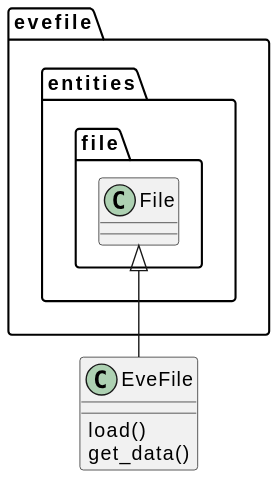
tillbiskup/evefile keeps this PlantUML diagram as docs/uml/evefile.boundaries.evefile.svg. Above is the earlier version. Its diagram source:
```plantuml
@startuml

class EveFile extends evefile.entities.file.File {
    load()
    get_data()
}
@enduml
```
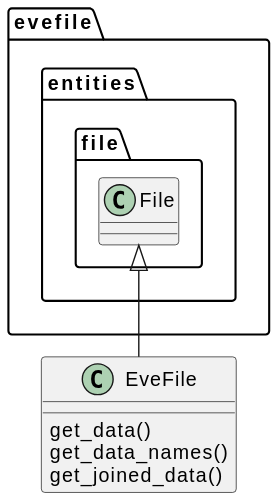
Above is the later version.

Commit message:
Incorporate loading in EveFile into the constructor.

Diff of the diagram source:
```diff
@@ -1,7 +1,8 @@
 @startuml
 
 class EveFile extends evefile.entities.file.File {
-    load()
     get_data()
+    get_data_names()
+    get_joined_data()
 }
 @enduml
```
